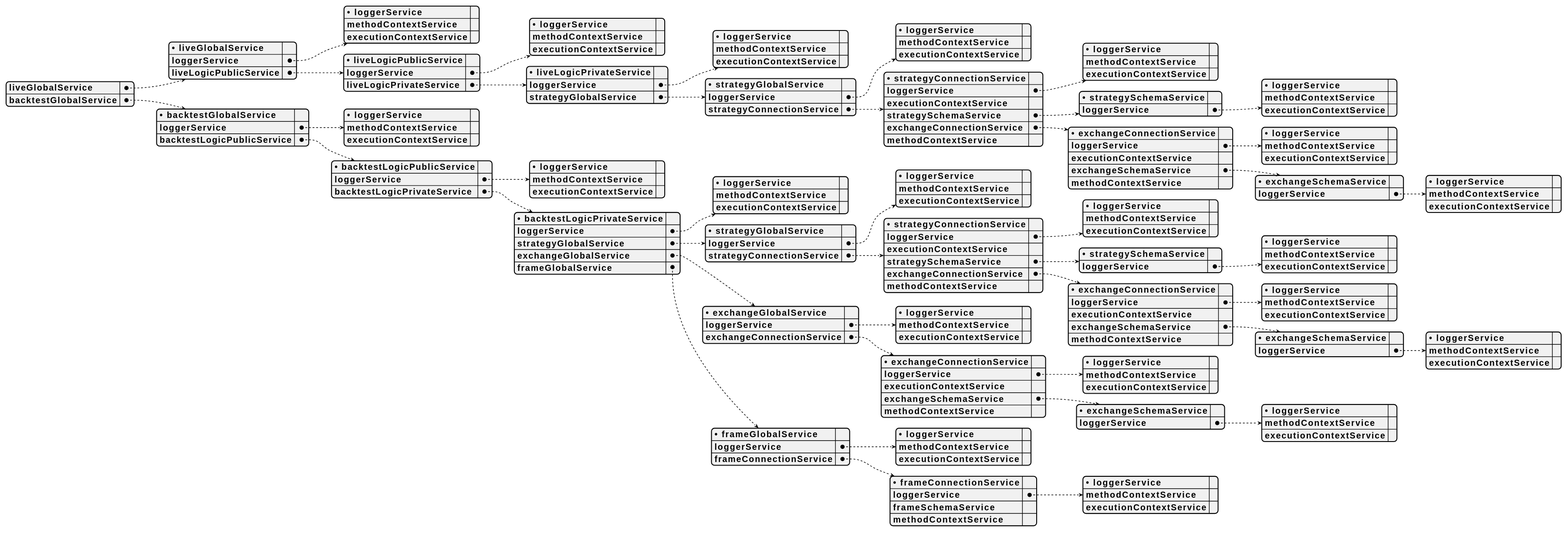
tripolskypetr/backtest-kit keeps this PlantUML diagram as assets/uml.svg. Above is the earlier version. Its diagram source:
```plantuml
@startyaml
liveGlobalService:
	• liveGlobalService: ""
	loggerService:
		• loggerService: ""
		methodContextService: ""
		executionContextService: ""
	liveLogicPublicService:
		• liveLogicPublicService: ""
		loggerService:
			• loggerService: ""
			methodContextService: ""
			executionContextService: ""
		liveLogicPrivateService:
			• liveLogicPrivateService: ""
			loggerService:
				• loggerService: ""
				methodContextService: ""
				executionContextService: ""
			strategyGlobalService:
				• strategyGlobalService: ""
				loggerService:
					• loggerService: ""
					methodContextService: ""
					executionContextService: ""
				strategyConnectionService:
					• strategyConnectionService: ""
					loggerService:
						• loggerService: ""
						methodContextService: ""
						executionContextService: ""
					executionContextService: ""
					strategySchemaService:
						• strategySchemaService: ""
						loggerService:
							• loggerService: ""
							methodContextService: ""
							executionContextService: ""
					exchangeConnectionService:
						• exchangeConnectionService: ""
						loggerService:
							• loggerService: ""
							methodContextService: ""
							executionContextService: ""
						executionContextService: ""
						exchangeSchemaService:
							• exchangeSchemaService: ""
							loggerService:
								• loggerService: ""
								methodContextService: ""
								executionContextService: ""
						methodContextService: ""
					methodContextService: ""
backtestGlobalService:
	• backtestGlobalService: ""
	loggerService:
		• loggerService: ""
		methodContextService: ""
		executionContextService: ""
	backtestLogicPublicService:
		• backtestLogicPublicService: ""
		loggerService:
			• loggerService: ""
			methodContextService: ""
			executionContextService: ""
		backtestLogicPrivateService:
			• backtestLogicPrivateService: ""
			loggerService:
				• loggerService: ""
				methodContextService: ""
				executionContextService: ""
			strategyGlobalService:
				• strategyGlobalService: ""
				loggerService:
					• loggerService: ""
					methodContextService: ""
					executionContextService: ""
				strategyConnectionService:
					• strategyConnectionService: ""
					loggerService:
						• loggerService: ""
						methodContextService: ""
						executionContextService: ""
					executionContextService: ""
					strategySchemaService:
						• strategySchemaService: ""
						loggerService:
							• loggerService: ""
							methodContextService: ""
							executionContextService: ""
					exchangeConnectionService:
						• exchangeConnectionService: ""
						loggerService:
							• loggerService: ""
							methodContextService: ""
							executionContextService: ""
						executionContextService: ""
						exchangeSchemaService:
							• exchangeSchemaService: ""
							loggerService:
								• loggerService: ""
								methodContextService: ""
								executionContextService: ""
						methodContextService: ""
					methodContextService: ""
			exchangeGlobalService:
				• exchangeGlobalService: ""
				loggerService:
					• loggerService: ""
					methodContextService: ""
					executionContextService: ""
				exchangeConnectionService:
					• exchangeConnectionService: ""
					loggerService:
						• loggerService: ""
						methodContextService: ""
						executionContextService: ""
					executionContextService: ""
					exchangeSchemaService:
						• exchangeSchemaService: ""
						loggerService:
							• loggerService: ""
							methodContextService: ""
							executionContextService: ""
					methodContextService: ""
			frameGlobalService:
				• frameGlobalService: ""
				loggerService:
					• loggerService: ""
					methodContextService: ""
					executionContextService: ""
				frameConnectionService:
					• frameConnectionService: ""
					loggerService:
						• loggerService: ""
						methodContextService: ""
						executionContextService: ""
					frameSchemaService: ""
					methodContextService: ""
@endyaml
```
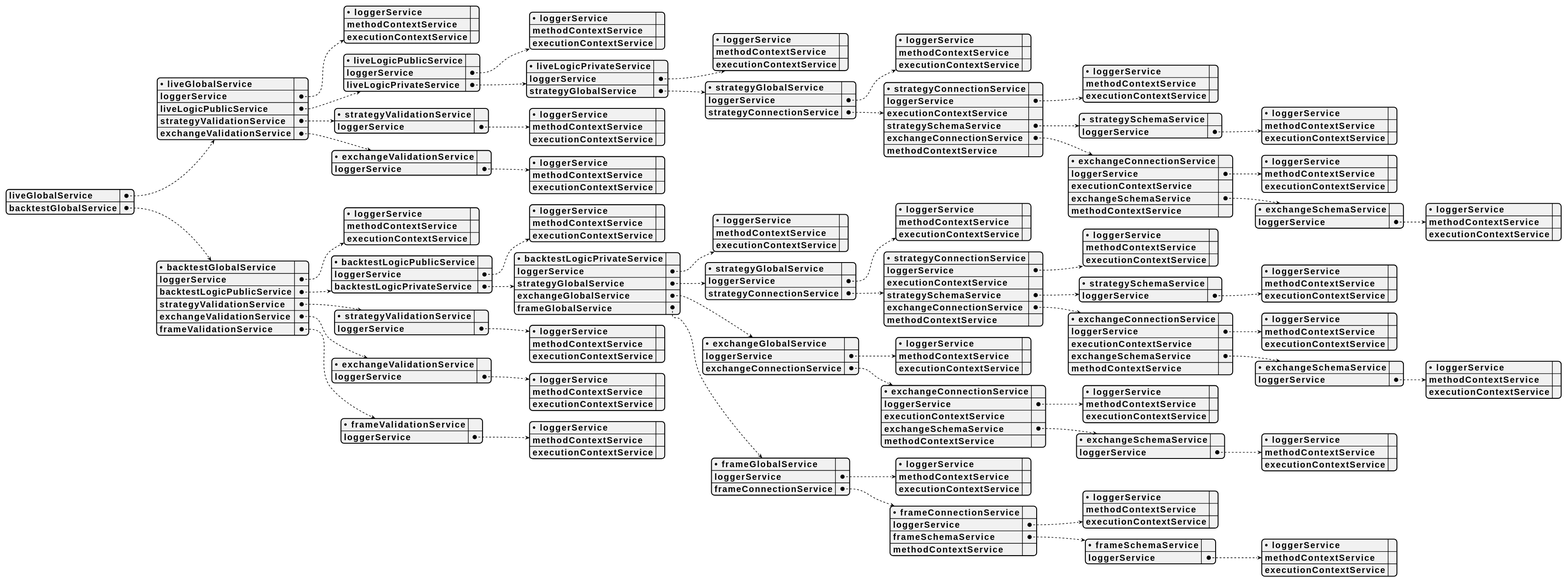
Above is the later version.

Change to the diagram source:
```diff
@@ -51,6 +51,18 @@
 								executionContextService: ""
 						methodContextService: ""
 					methodContextService: ""
+	strategyValidationService:
+		• strategyValidationService: ""
+		loggerService:
+			• loggerService: ""
+			methodContextService: ""
+			executionContextService: ""
+	exchangeValidationService:
+		• exchangeValidationService: ""
+		loggerService:
+			• loggerService: ""
+			methodContextService: ""
+			executionContextService: ""
 backtestGlobalService:
 	• backtestGlobalService: ""
 	loggerService:
@@ -135,6 +147,29 @@
 						• loggerService: ""
 						methodContextService: ""
 						executionContextService: ""
-					frameSchemaService: ""
+					frameSchemaService:
+						• frameSchemaService: ""
+						loggerService:
+							• loggerService: ""
+							methodContextService: ""
+							executionContextService: ""
 					methodContextService: ""
+	strategyValidationService:
+		• strategyValidationService: ""
+		loggerService:
+			• loggerService: ""
+			methodContextService: ""
+			executionContextService: ""
+	exchangeValidationService:
+		• exchangeValidationService: ""
+		loggerService:
+			• loggerService: ""
+			methodContextService: ""
+			executionContextService: ""
+	frameValidationService:
+		• frameValidationService: ""
+		loggerService:
+			• loggerService: ""
+			methodContextService: ""
+			executionContextService: ""
 @endyaml
```
